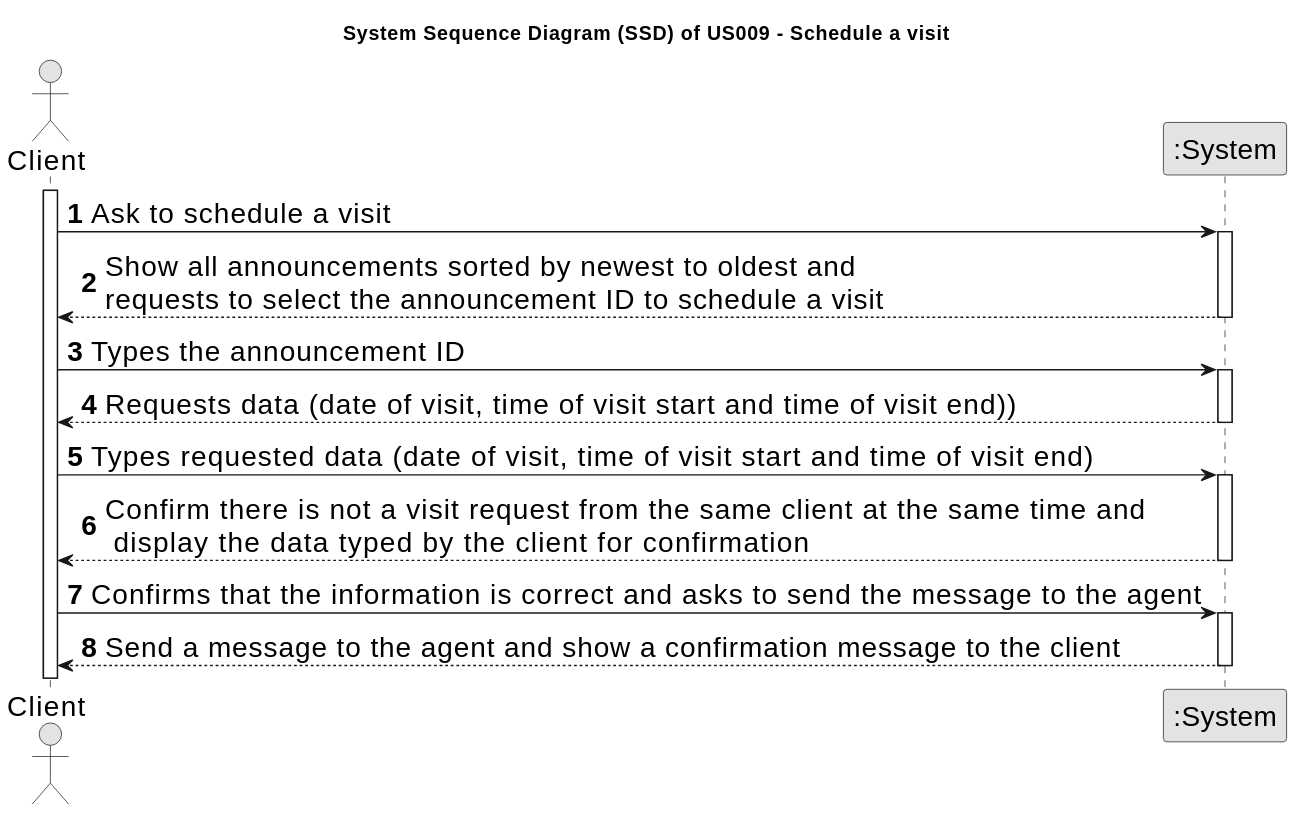
Above: docs/sprintD/us009/01.requirements-engineering/svg/us009-system-sequence-diagram.svg in Goncalves2525/real-estate-management-system (PlantUML), before the change.
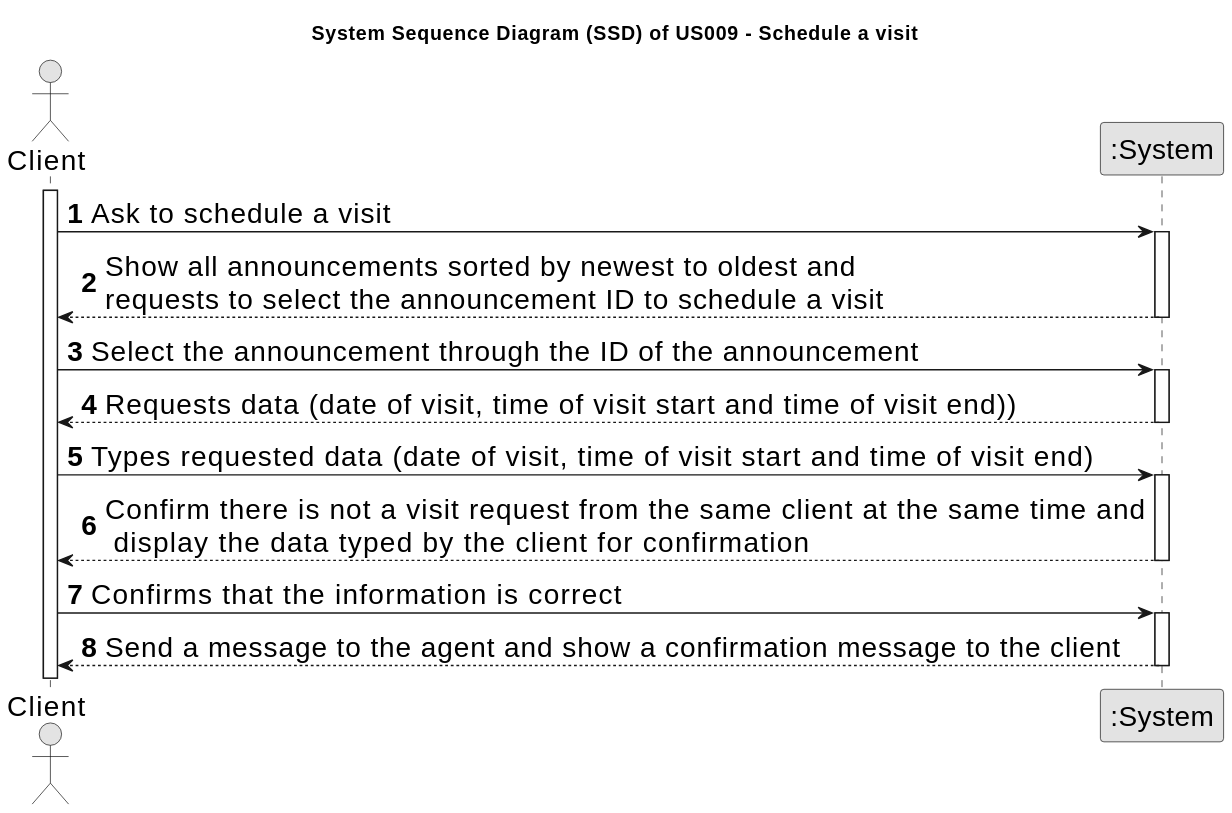
After the change.

Commit message:
FURPS complete USE case diagram

Change to the diagram source:
```diff
@@ -20,7 +20,7 @@
         System --> Client : Show all announcements sorted by newest to oldest and \nrequests to select the announcement ID to schedule a visit
     deactivate System
 
-    Client -> System : Types the announcement ID
+    Client -> System : Select the announcement through the ID of the announcement
         activate System
 
         System --> Client : Requests data (date of visit, time of visit start and time of visit end))
@@ -32,7 +32,7 @@
         System --> Client : Confirm there is not a visit request from the same client at the same time and\n display the data typed by the client for confirmation
     deactivate System
 
-    Client -> System : Confirms that the information is correct and asks to send the message to the agent
+    Client -> System : Confirms that the information is correct
         activate System
 
         System --> Client : Send a message to the agent and show a confirmation message to the client
```
